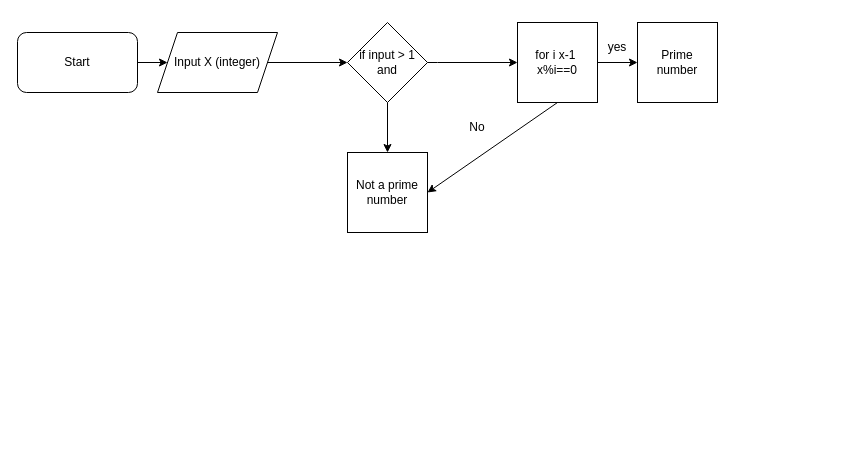
Before: module_1/Lab_3 Algorithmization/Untitled Diagram.drawio in olgashavrinaIronhack/DAFT_NOV_21_01, a draw.io diagram. Source tidied: cells renumbered, new cells numbered last; positions are measured from the earlier drawing's top-left corner, leaving out a move shared by most shapes. Both pictures are drawn from the tidied source at 100%, with x=0, y=0 at pixel (17, 22).
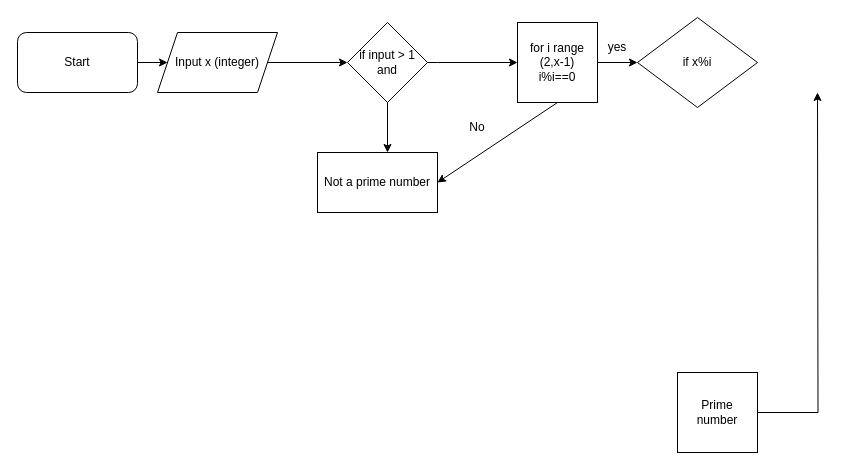
After the change.

The change refers to these unchanged cells:
```xml
<mxCell id="4" value="if input &amp;gt; 1 and" style="rhombus;whiteSpace=wrap;html=1;" parent="1" vertex="1">
  <mxGeometry x="330" width="80" height="80" as="geometry" />
</mxCell>
```

Diff of the diagram source:
```diff
@@
-    <mxCell id="2" value="Input X (integer)" style="shape=parallelogram;perimeter=parallelogramPerimeter;whiteSpace=wrap;html=1;fixedSize=1;" parent="1" vertex="1">
+    <mxCell id="2" value="Input x (integer)" style="shape=parallelogram;perimeter=parallelogramPerimeter;whiteSpace=wrap;html=1;fixedSize=1;" parent="1" vertex="1">
       <mxGeometry x="140" y="10" width="120" height="60" as="geometry" />
     </mxCell>
@@
-    <mxCell id="5" style="endArrow=classic;html=1;rounded=0;exitX=0.5;exitY=1;exitDx=0;exitDy=0;" parent="1" edge="1" source="4" target="6">
-      <mxGeometry relative="1" as="geometry" />
+    <mxCell id="5" style="endArrow=classic;html=1;rounded=0;exitX=0.5;exitY=1;exitDx=0;exitDy=0;" parent="1" edge="1" source="4">
+      <mxGeometry relative="1" as="geometry">
+        <mxPoint x="370" y="130" as="targetPoint" />
+      </mxGeometry>
     </mxCell>
-    <mxCell id="6" value="Not a prime number" style="whiteSpace=wrap;html=1;" parent="1" vertex="1">
-      <mxGeometry x="330" y="130" width="80" height="80" as="geometry" />
-    </mxCell>
@@
-    <mxCell id="8" value="for i x-1&amp;nbsp;&lt;br&gt;x%i==0" style="whiteSpace=wrap;html=1;" parent="1" vertex="1">
+    <mxCell id="8" value="for i range (2,x-1)&lt;br&gt;i%i==0&lt;br&gt;" style="whiteSpace=wrap;html=1;" parent="1" vertex="1">
       <mxGeometry x="500" width="80" height="80" as="geometry" />
     </mxCell>
@@
+    <mxCell id="16" style="edgeStyle=orthogonalEdgeStyle;rounded=0;jettySize=auto;html=1;exitX=1;exitY=0.5;exitDx=0;exitDy=0;" parent="1" edge="1" source="13">
+      <mxGeometry relative="1" as="geometry">
+        <mxPoint x="800" y="70" as="targetPoint" />
+      </mxGeometry>
+    </mxCell>
     <mxCell id="13" value="Prime &lt;br&gt;number" style="whiteSpace=wrap;html=1;" parent="1" vertex="1">
-      <mxGeometry x="620" width="80" height="80" as="geometry" />
+      <mxGeometry x="660" y="350" width="80" height="80" as="geometry" />
     </mxCell>
@@
+    <mxCell id="17" value="if x%i" style="rhombus;whiteSpace=wrap;html=1;" parent="1" vertex="1">
+      <mxGeometry x="620" y="-5" width="120" height="90" as="geometry" />
+    </mxCell>
+    <mxCell id="6" value="Not a prime number" style="rounded=0;whiteSpace=wrap;html=1;" parent="1" vertex="1">
+      <mxGeometry x="300" y="130" width="120" height="60" as="geometry" />
+    </mxCell>
```
